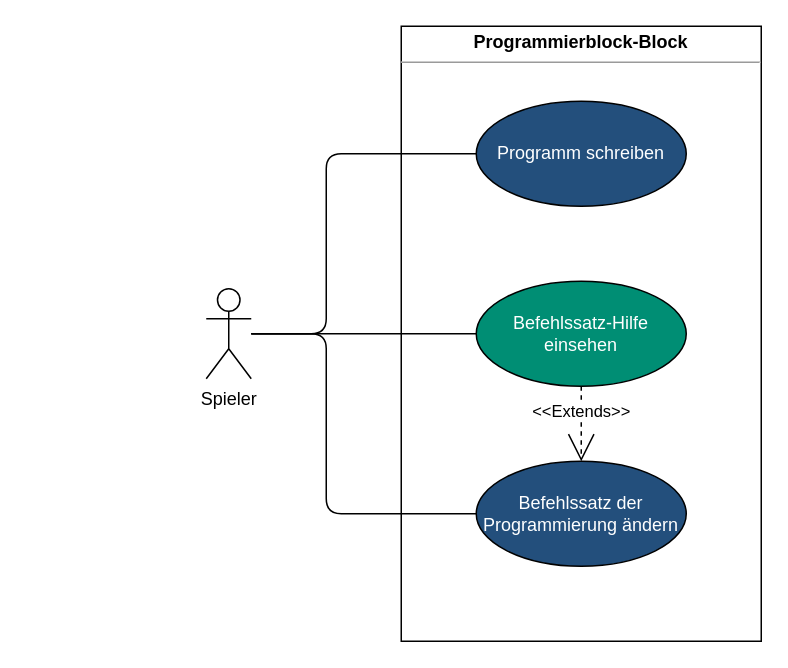
This is Programmier-Block.drawio from LundiNord/RISCJ-Diagramms, a draw.io file, before an edit. Source tidied: cells renumbered, new cells numbered last; positions are measured from the earlier drawing's top-left corner, leaving out a move shared by most shapes. Both pictures are drawn from the tidied source at 150%, with x=0, y=0 at pixel (206, 26).
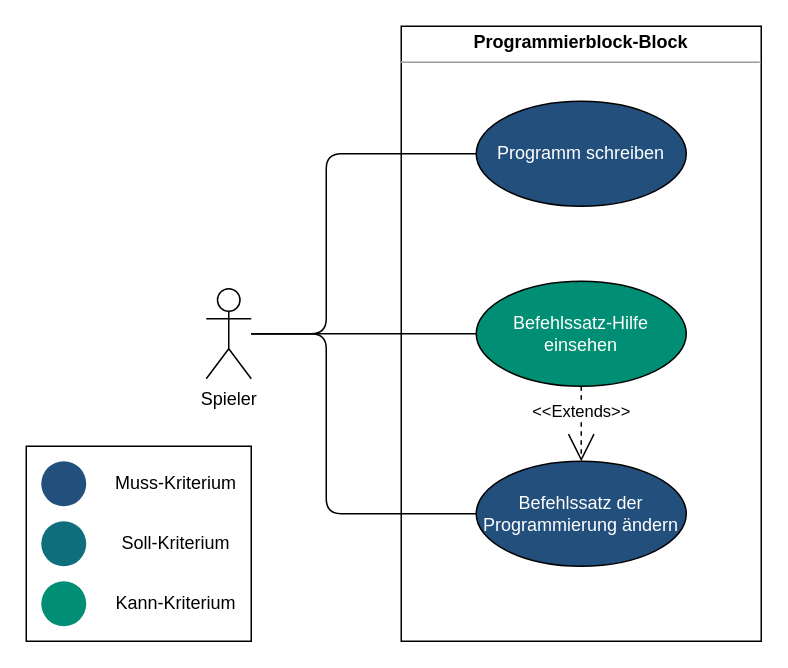
After the change.

Commit message:
Programmier-Block.drawio aktualisiert - Legende

Diff of the diagram source:
```diff
@@
+    <mxCell id="11" style="group;" parent="1" vertex="1">
+      <mxGeometry x="-120" y="280" width="150" height="130" as="geometry" />
+    </mxCell>
+    <mxCell id="12" style="ellipse;whiteSpace=wrap;html=1;strokeColor=none;fillColor=#234F7C;" parent="11" vertex="1">
+      <mxGeometry x="10" y="10" width="30" height="30" as="geometry" />
+    </mxCell>
+    <mxCell id="13" style="ellipse;whiteSpace=wrap;html=1;strokeColor=none;fillColor=#0E6E7C;" parent="11" vertex="1">
+      <mxGeometry x="10" y="50" width="30" height="30" as="geometry" />
+    </mxCell>
+    <mxCell id="14" style="ellipse;whiteSpace=wrap;html=1;strokeColor=none;fillColor=#008E74;" parent="11" vertex="1">
+      <mxGeometry x="10" y="90" width="30" height="30" as="geometry" />
+    </mxCell>
+    <mxCell id="15" value="Muss-Kriterium" style="text;html=1;strokeColor=none;fillColor=none;align=center;verticalAlign=middle;whiteSpace=wrap;rounded=0;" parent="11" vertex="1">
+      <mxGeometry x="50" y="10" width="100" height="30" as="geometry" />
+    </mxCell>
+    <mxCell id="16" value="Soll-Kriterium" style="text;html=1;strokeColor=none;fillColor=none;align=center;verticalAlign=middle;whiteSpace=wrap;rounded=0;" parent="11" vertex="1">
+      <mxGeometry x="50" y="50" width="100" height="30" as="geometry" />
+    </mxCell>
+    <mxCell id="17" value="Kann-Kriterium" style="text;html=1;strokeColor=none;fillColor=none;align=center;verticalAlign=middle;whiteSpace=wrap;rounded=0;" parent="11" vertex="1">
+      <mxGeometry x="50" y="90" width="100" height="30" as="geometry" />
+    </mxCell>
+    <mxCell id="18" style="rounded=0;whiteSpace=wrap;html=1;fillColor=none;" parent="11" vertex="1">
+      <mxGeometry width="150" height="130" as="geometry" />
+    </mxCell>
```
